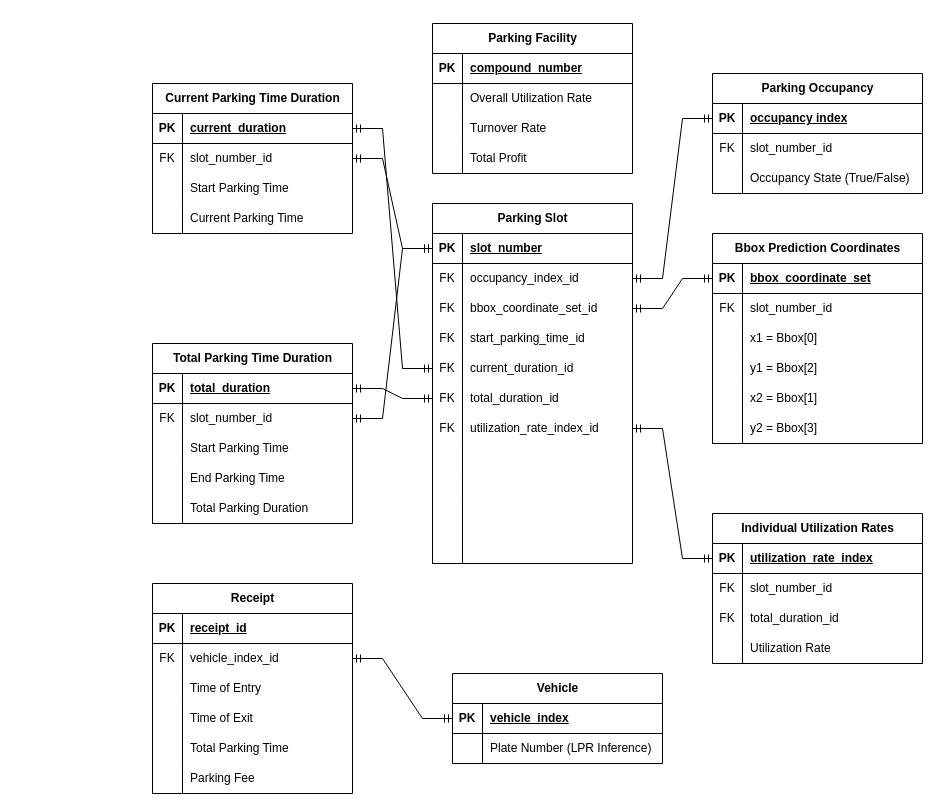
Before: sql_schema_draft.drawio in j-coching/Parking-Management-BIM-Expt, a draw.io diagram. Source tidied: cells renumbered, new cells numbered last; positions are measured from the earlier drawing's top-left corner, leaving out a move shared by most shapes. Both pictures are drawn from the tidied source at 100%, with x=0, y=0 at pixel (152, 23).
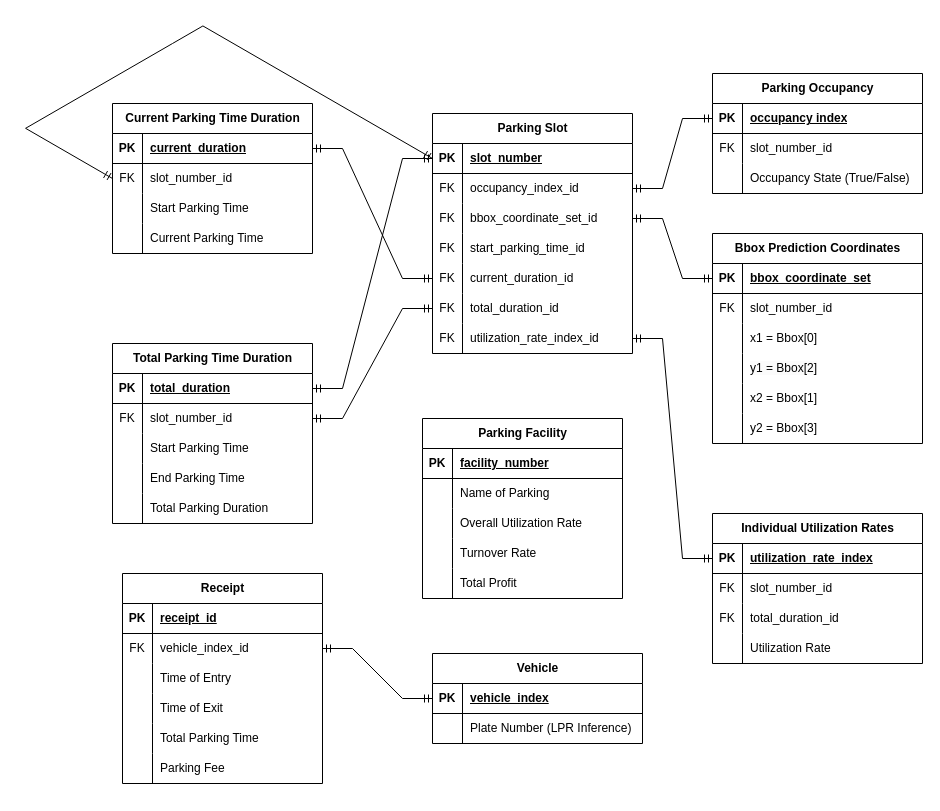
After the change.

Unchanged cells that the change refers to:
```xml
<mxCell id="3" style="shape=tableRow;horizontal=0;startSize=0;swimlaneHead=0;swimlaneBody=0;fillColor=none;points=[[0,0.5],[1,0.5]];portConstraint=eastwest;top=0;left=0;right=0;bottom=1;" parent="2" vertex="1">
  <mxGeometry y="30" width="200" height="30" as="geometry" />
</mxCell>
<mxCell id="18" style="shape=tableRow;horizontal=0;startSize=0;swimlaneHead=0;swimlaneBody=0;fillColor=none;points=[[0,0.5],[1,0.5]];portConstraint=eastwest;top=0;left=0;right=0;bottom=0;" parent="2" vertex="1">
  <mxGeometry y="180" width="200" height="30" as="geometry" />
</mxCell>
<mxCell id="71" style="shape=tableRow;horizontal=0;startSize=0;swimlaneHead=0;swimlaneBody=0;fillColor=none;points=[[0,0.5],[1,0.5]];portConstraint=eastwest;top=0;left=0;right=0;bottom=0;" parent="67" vertex="1">
  <mxGeometry y="60" width="200" height="30" as="geometry" />
</mxCell>
<mxCell id="82" style="shape=tableRow;horizontal=0;startSize=0;swimlaneHead=0;swimlaneBody=0;fillColor=none;points=[[0,0.5],[1,0.5]];portConstraint=eastwest;top=0;left=0;right=0;bottom=1;" parent="81" vertex="1">
  <mxGeometry y="30" width="200" height="30" as="geometry" />
</mxCell>
<mxCell id="85" style="shape=tableRow;horizontal=0;startSize=0;swimlaneHead=0;swimlaneBody=0;fillColor=none;points=[[0,0.5],[1,0.5]];portConstraint=eastwest;top=0;left=0;right=0;bottom=0;" parent="81" vertex="1">
  <mxGeometry y="60" width="200" height="30" as="geometry" />
</mxCell>
<mxCell id="115" style="shape=tableRow;horizontal=0;startSize=0;swimlaneHead=0;swimlaneBody=0;fillColor=none;top=0;left=0;right=0;bottom=1;" parent="114" vertex="1">
  <mxGeometry y="30" width="200" height="30" as="geometry" />
</mxCell>
<mxCell id="118" style="shape=tableRow;horizontal=0;startSize=0;swimlaneHead=0;swimlaneBody=0;fillColor=none;top=0;left=0;right=0;bottom=0;" parent="114" vertex="1">
  <mxGeometry y="60" width="200" height="30" as="geometry" />
</mxCell>
<mxCell id="121" style="shape=tableRow;horizontal=0;startSize=0;swimlaneHead=0;swimlaneBody=0;fillColor=none;top=0;left=0;right=0;bottom=0;" parent="114" vertex="1">
  <mxGeometry y="90" width="200" height="30" as="geometry" />
</mxCell>
<mxCell id="124" style="shape=tableRow;horizontal=0;startSize=0;swimlaneHead=0;swimlaneBody=0;fillColor=none;top=0;left=0;right=0;bottom=0;" parent="114" vertex="1">
  <mxGeometry y="120" width="200" height="30" as="geometry" />
</mxCell>
```

Diff of the diagram source:
```diff
@@
     <mxCell id="2" value="Parking Slot" style="shape=table;startSize=30;childLayout=tableLayout;rowLines=0;fontStyle=1;align=center;html=1;" parent="1" vertex="1">
-      <mxGeometry x="280" y="180" width="200" height="360" as="geometry" />
+      <mxGeometry x="280" y="90" width="200" height="240" as="geometry" />
     </mxCell>
@@
-    <mxCell id="24" style="shape=tableRow;horizontal=0;startSize=0;swimlaneHead=0;swimlaneBody=0;fillColor=none;top=0;left=0;right=0;bottom=0;" parent="2" vertex="1">
-      <mxGeometry y="240" width="200" height="30" as="geometry" />
-    </mxCell>
-    <mxCell id="25" style="shape=partialRectangle;fillColor=none;top=0;left=0;bottom=0;right=0;overflow=hidden;whiteSpace=wrap;html=1;" parent="24" vertex="1">
-      <mxGeometry width="30" height="30" as="geometry" />
-    </mxCell>
-    <mxCell id="26" style="shape=partialRectangle;fillColor=none;top=0;left=0;bottom=0;right=0;align=left;spacingLeft=6;overflow=hidden;whiteSpace=wrap;html=1;" parent="24" vertex="1">
-      <mxGeometry x="30" width="170" height="30" as="geometry" />
-    </mxCell>
-    <mxCell id="27" style="shape=tableRow;horizontal=0;startSize=0;swimlaneHead=0;swimlaneBody=0;fillColor=none;top=0;left=0;right=0;bottom=0;" parent="2" vertex="1">
-      <mxGeometry y="270" width="200" height="30" as="geometry" />
-    </mxCell>
-    <mxCell id="28" style="shape=partialRectangle;fillColor=none;top=0;left=0;bottom=0;right=0;overflow=hidden;whiteSpace=wrap;html=1;" parent="27" vertex="1">
-      <mxGeometry width="30" height="30" as="geometry" />
-    </mxCell>
-    <mxCell id="29" style="shape=partialRectangle;fillColor=none;top=0;left=0;bottom=0;right=0;align=left;spacingLeft=6;overflow=hidden;whiteSpace=wrap;html=1;" parent="27" vertex="1">
-      <mxGeometry x="30" width="170" height="30" as="geometry" />
-    </mxCell>
-    <mxCell id="30" style="shape=tableRow;horizontal=0;startSize=0;swimlaneHead=0;swimlaneBody=0;fillColor=none;top=0;left=0;right=0;bottom=0;" parent="2" vertex="1">
-      <mxGeometry y="300" width="200" height="30" as="geometry" />
-    </mxCell>
-    <mxCell id="31" style="shape=partialRectangle;fillColor=none;top=0;left=0;bottom=0;right=0;overflow=hidden;whiteSpace=wrap;html=1;" parent="30" vertex="1">
-      <mxGeometry width="30" height="30" as="geometry" />
-    </mxCell>
-    <mxCell id="32" style="shape=partialRectangle;fillColor=none;top=0;left=0;bottom=0;right=0;align=left;spacingLeft=6;overflow=hidden;whiteSpace=wrap;html=1;" parent="30" vertex="1">
-      <mxGeometry x="30" width="170" height="30" as="geometry" />
-    </mxCell>
-    <mxCell id="33" style="shape=tableRow;horizontal=0;startSize=0;swimlaneHead=0;swimlaneBody=0;fillColor=none;top=0;left=0;right=0;bottom=0;" parent="2" vertex="1">
-      <mxGeometry y="330" width="200" height="30" as="geometry" />
-    </mxCell>
-    <mxCell id="34" style="shape=partialRectangle;fillColor=none;top=0;left=0;bottom=0;right=0;overflow=hidden;whiteSpace=wrap;html=1;" parent="33" vertex="1">
-      <mxGeometry width="30" height="30" as="geometry" />
-    </mxCell>
-    <mxCell id="35" style="shape=partialRectangle;fillColor=none;top=0;left=0;bottom=0;right=0;align=left;spacingLeft=6;overflow=hidden;whiteSpace=wrap;html=1;" parent="33" vertex="1">
-      <mxGeometry x="30" width="170" height="30" as="geometry" />
-    </mxCell>
@@
     <mxCell id="67" value="Current Parking Time Duration" style="shape=table;startSize=30;childLayout=tableLayout;rowLines=0;fontStyle=1;align=center;html=1;" parent="1" vertex="1">
-      <mxGeometry y="60" width="200" height="150" as="geometry" />
+      <mxGeometry x="-40" y="80" width="200" height="150" as="geometry" />
     </mxCell>
@@
     <mxCell id="81" value="Total Parking Time Duration" style="shape=table;startSize=30;childLayout=tableLayout;rowLines=0;fontStyle=1;align=center;html=1;" parent="1" vertex="1">
-      <mxGeometry y="320" width="200" height="180" as="geometry" />
+      <mxGeometry x="-40" y="320" width="200" height="180" as="geometry" />
     </mxCell>
@@
-    <mxCell id="97" style="edgeStyle=entityRelationEdgeStyle;fontSize=12;html=1;endArrow=ERmandOne;startArrow=ERmandOne;rounded=0;exitX=1;exitY=0.5;exitDx=0;exitDy=0;entryX=0;entryY=0.5;entryDx=0;entryDy=0;" parent="1" edge="1" source="71" target="3">
-      <mxGeometry relative="1" as="geometry" />
+    <mxCell id="97" style="edgeStyle=isometricEdgeStyle;fontSize=12;html=1;endArrow=ERmandOne;startArrow=ERmandOne;rounded=0;entryX=0;entryY=0.5;entryDx=0;entryDy=0;exitX=0;exitY=0.5;exitDx=0;exitDy=0;elbow=vertical;" parent="1" edge="1" source="71" target="3">
+      <mxGeometry relative="1" as="geometry">
+        <Array as="points">
+          <mxPoint x="20" y="20" />
+        </Array>
+      </mxGeometry>
     </mxCell>
-    <mxCell id="98" style="edgeStyle=entityRelationEdgeStyle;fontSize=12;html=1;endArrow=ERmandOne;startArrow=ERmandOne;rounded=0;exitX=1;exitY=0.5;exitDx=0;exitDy=0;entryX=0;entryY=0.5;entryDx=0;entryDy=0;" parent="1" edge="1" source="85" target="3">
+    <mxCell id="98" style="edgeStyle=entityRelationEdgeStyle;fontSize=12;html=1;endArrow=ERmandOne;startArrow=ERmandOne;rounded=0;exitX=1;exitY=0.5;exitDx=0;exitDy=0;entryX=0;entryY=0.5;entryDx=0;entryDy=0;" parent="1" edge="1" source="82" target="3">
       <mxGeometry relative="1" as="geometry" />
     </mxCell>
-    <mxCell id="99" style="edgeStyle=entityRelationEdgeStyle;fontSize=12;html=1;endArrow=ERmandOne;startArrow=ERmandOne;rounded=0;exitX=1;exitY=0.5;exitDx=0;exitDy=0;entryX=0;entryY=0.5;entryDx=0;entryDy=0;" parent="1" edge="1" source="82" target="18">
+    <mxCell id="99" style="edgeStyle=entityRelationEdgeStyle;fontSize=12;html=1;endArrow=ERmandOne;startArrow=ERmandOne;rounded=0;exitX=1;exitY=0.5;exitDx=0;exitDy=0;entryX=0;entryY=0.5;entryDx=0;entryDy=0;" parent="1" edge="1" source="85" target="18">
       <mxGeometry relative="1" as="geometry" />
     </mxCell>
@@
     <mxCell id="114" value="Parking Facility" style="shape=table;startSize=30;childLayout=tableLayout;rowLines=0;fontStyle=1;align=center;html=1;" parent="1" vertex="1">
-      <mxGeometry x="280" width="200" height="150" as="geometry" />
+      <mxGeometry x="270" y="395" width="200" height="180" as="geometry" />
     </mxCell>
@@
-    <mxCell id="117" value="compound_number" style="shape=partialRectangle;fillColor=none;top=0;left=0;bottom=0;right=0;align=left;spacingLeft=6;fontStyle=5;overflow=hidden;whiteSpace=wrap;html=1;" parent="115" vertex="1">
+    <mxCell id="117" value="facility_number" style="shape=partialRectangle;fillColor=none;top=0;left=0;bottom=0;right=0;align=left;spacingLeft=6;fontStyle=5;overflow=hidden;whiteSpace=wrap;html=1;" parent="115" vertex="1">
       <mxGeometry x="30" width="170" height="30" as="geometry" />
     </mxCell>
@@
-    <mxCell id="120" value="Overall Utilization Rate" style="shape=partialRectangle;fillColor=none;top=0;left=0;bottom=0;right=0;align=left;spacingLeft=6;overflow=hidden;whiteSpace=wrap;html=1;" parent="118" vertex="1">
+    <mxCell id="120" value="Name of Parking" style="shape=partialRectangle;fillColor=none;top=0;left=0;bottom=0;right=0;align=left;spacingLeft=6;overflow=hidden;whiteSpace=wrap;html=1;" parent="118" vertex="1">
       <mxGeometry x="30" width="170" height="30" as="geometry" />
     </mxCell>
@@
-    <mxCell id="123" value="Turnover Rate" style="shape=partialRectangle;fillColor=none;top=0;left=0;bottom=0;right=0;align=left;spacingLeft=6;overflow=hidden;whiteSpace=wrap;html=1;" parent="121" vertex="1">
+    <mxCell id="123" value="Overall Utilization Rate" style="shape=partialRectangle;fillColor=none;top=0;left=0;bottom=0;right=0;align=left;spacingLeft=6;overflow=hidden;whiteSpace=wrap;html=1;" parent="121" vertex="1">
       <mxGeometry x="30" width="170" height="30" as="geometry" />
     </mxCell>
@@
-    <mxCell id="126" value="Total Profit" style="shape=partialRectangle;fillColor=none;top=0;left=0;bottom=0;right=0;align=left;spacingLeft=6;overflow=hidden;whiteSpace=wrap;html=1;" parent="124" vertex="1">
+    <mxCell id="126" value="Turnover Rate" style="shape=partialRectangle;fillColor=none;top=0;left=0;bottom=0;right=0;align=left;spacingLeft=6;overflow=hidden;whiteSpace=wrap;html=1;" parent="124" vertex="1">
       <mxGeometry x="30" width="170" height="30" as="geometry" />
     </mxCell>
+    <mxCell id="154" style="shape=tableRow;horizontal=0;startSize=0;swimlaneHead=0;swimlaneBody=0;fillColor=none;top=0;left=0;right=0;bottom=0;" parent="114" vertex="1">
+      <mxGeometry y="150" width="200" height="30" as="geometry" />
+    </mxCell>
+    <mxCell id="155" style="shape=partialRectangle;fillColor=none;top=0;left=0;bottom=0;right=0;overflow=hidden;whiteSpace=wrap;html=1;" parent="154" vertex="1">
+      <mxGeometry width="30" height="30" as="geometry" />
+    </mxCell>
+    <mxCell id="156" value="Total Profit" style="shape=partialRectangle;fillColor=none;top=0;left=0;bottom=0;right=0;align=left;spacingLeft=6;overflow=hidden;whiteSpace=wrap;html=1;" parent="154" vertex="1">
+      <mxGeometry x="30" width="170" height="30" as="geometry" />
+    </mxCell>
     <mxCell id="127" value="Vehicle" style="shape=table;startSize=30;childLayout=tableLayout;rowLines=0;fontStyle=1;align=center;html=1;" parent="1" vertex="1">
-      <mxGeometry x="300" y="650" width="210" height="90" as="geometry" />
+      <mxGeometry x="280" y="630" width="210" height="90" as="geometry" />
     </mxCell>
@@
     <mxCell id="134" value="Receipt" style="shape=table;startSize=30;childLayout=tableLayout;rowLines=0;fontStyle=1;align=center;html=1;" parent="1" vertex="1">
-      <mxGeometry y="560" width="200" height="210" as="geometry" />
+      <mxGeometry x="-30" y="550" width="200" height="210" as="geometry" />
     </mxCell>
```
